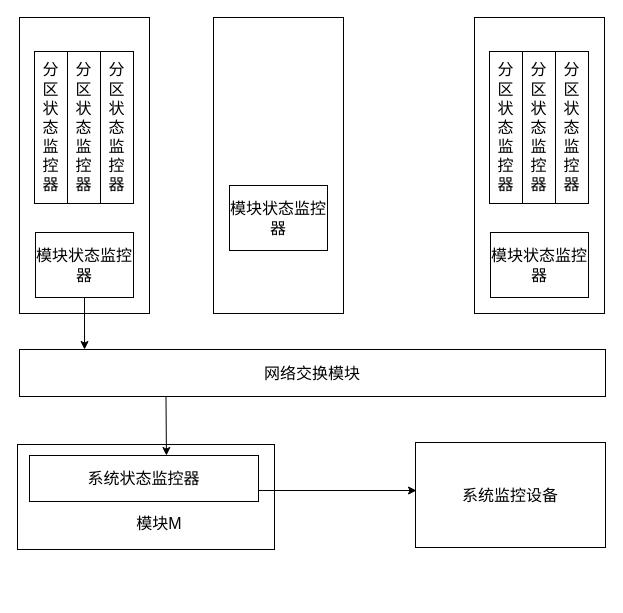
Before: 软考.drawio in xiaodongYao/DrawIO, a draw.io diagram. Source tidied: cells renumbered, new cells numbered last; positions are measured from the earlier drawing's top-left corner, leaving out a move shared by most shapes. Both pictures are drawn from the tidied source at 100%, with x=0, y=0 at pixel (17, 17).
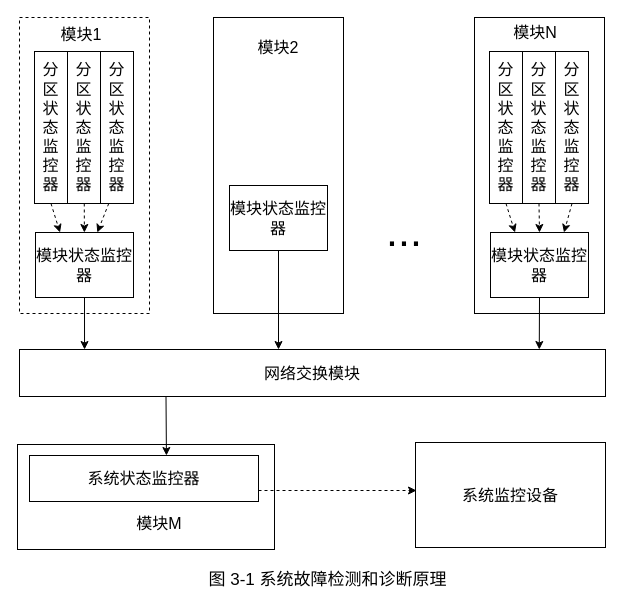
Above is the later version.

Unchanged cells that the change refers to:
```xml
<mxCell id="6" value="网络交换模块" style="rounded=0;whiteSpace=wrap;html=1;fontSize=16;" parent="1" vertex="1">
  <mxGeometry x="2" y="332" width="586" height="47" as="geometry" />
</mxCell>
<mxCell id="8" value="分区状态监控器" style="rounded=0;whiteSpace=wrap;html=1;fontSize=16;" parent="1" vertex="1">
  <mxGeometry x="17" y="34" width="33" height="152" as="geometry" />
</mxCell>
<mxCell id="9" value="分区状态监控器" style="rounded=0;whiteSpace=wrap;html=1;fontSize=16;" parent="1" vertex="1">
  <mxGeometry x="50" y="34" width="33" height="152" as="geometry" />
</mxCell>
<mxCell id="10" value="分区状态监控器" style="rounded=0;whiteSpace=wrap;html=1;fontSize=16;" parent="1" vertex="1">
  <mxGeometry x="83" y="34" width="33" height="152" as="geometry" />
</mxCell>
<mxCell id="12" value="模块状态监控器" style="rounded=0;whiteSpace=wrap;html=1;fontSize=16;" parent="1" vertex="1">
  <mxGeometry x="18" y="215" width="98" height="65" as="geometry" />
</mxCell>
<mxCell id="13" value="模块状态监控器" style="rounded=0;whiteSpace=wrap;html=1;fontSize=16;" parent="1" vertex="1">
  <mxGeometry x="212" y="168" width="98" height="65" as="geometry" />
</mxCell>
<mxCell id="15" value="分区状态监控器" style="rounded=0;whiteSpace=wrap;html=1;fontSize=16;" parent="1" vertex="1">
  <mxGeometry x="472" y="34" width="33" height="152" as="geometry" />
</mxCell>
<mxCell id="16" value="分区状态监控器" style="rounded=0;whiteSpace=wrap;html=1;fontSize=16;" parent="1" vertex="1">
  <mxGeometry x="505" y="34" width="33" height="152" as="geometry" />
</mxCell>
<mxCell id="17" value="分区状态监控器" style="rounded=0;whiteSpace=wrap;html=1;fontSize=16;" parent="1" vertex="1">
  <mxGeometry x="538" y="34" width="33" height="152" as="geometry" />
</mxCell>
<mxCell id="18" value="模块状态监控器" style="rounded=0;whiteSpace=wrap;html=1;fontSize=16;" parent="1" vertex="1">
  <mxGeometry x="473" y="215" width="98" height="65" as="geometry" />
</mxCell>
```

Diff of the diagram source:
```diff
@@
-    <mxCell id="2" style="rounded=0;whiteSpace=wrap;html=1;fontSize=16;" parent="1" vertex="1">
+    <mxCell id="2" style="rounded=0;whiteSpace=wrap;html=1;fontSize=16;dashed=1;" parent="1" vertex="1">
       <mxGeometry x="2" width="130" height="296" as="geometry" />
     </mxCell>
@@
+    <mxCell id="22" style="edgeStyle=none;rounded=0;jettySize=auto;html=1;dashed=1;" parent="1" edge="1" source="9" target="12">
+      <mxGeometry relative="1" as="geometry" />
+    </mxCell>
@@
+    <mxCell id="23" style="edgeStyle=none;rounded=0;jettySize=auto;html=1;exitX=0.25;exitY=1;exitDx=0;exitDy=0;dashed=1;" parent="1" edge="1" source="10" target="12">
+      <mxGeometry relative="1" as="geometry" />
+    </mxCell>
@@
+    <mxCell id="24" style="edgeStyle=none;rounded=0;jettySize=auto;html=1;exitX=0.5;exitY=1;exitDx=0;exitDy=0;entryX=0.442;entryY=0;entryDx=0;entryDy=0;entryPerimeter=0;" parent="1" edge="1" source="13" target="6">
+      <mxGeometry relative="1" as="geometry" />
+    </mxCell>
@@
+    <mxCell id="25" style="edgeStyle=none;rounded=0;jettySize=auto;html=1;exitX=0.5;exitY=1;exitDx=0;exitDy=0;entryX=0.25;entryY=0;entryDx=0;entryDy=0;dashed=1;" parent="1" edge="1" source="15" target="18">
+      <mxGeometry relative="1" as="geometry" />
+    </mxCell>
@@
+    <mxCell id="26" style="edgeStyle=none;rounded=0;jettySize=auto;html=1;exitX=0.5;exitY=1;exitDx=0;exitDy=0;entryX=0.5;entryY=0;entryDx=0;entryDy=0;dashed=1;" parent="1" edge="1" source="16" target="18">
+      <mxGeometry relative="1" as="geometry" />
+    </mxCell>
@@
+    <mxCell id="27" style="edgeStyle=none;rounded=0;jettySize=auto;html=1;exitX=0.5;exitY=1;exitDx=0;exitDy=0;entryX=0.75;entryY=0;entryDx=0;entryDy=0;dashed=1;" parent="1" edge="1" source="17" target="18">
+      <mxGeometry relative="1" as="geometry" />
+    </mxCell>
@@
+    <mxCell id="28" style="edgeStyle=none;rounded=0;jettySize=auto;html=1;exitX=0.5;exitY=1;exitDx=0;exitDy=0;entryX=0.887;entryY=0;entryDx=0;entryDy=0;entryPerimeter=0;" parent="1" edge="1" source="18" target="6">
+      <mxGeometry relative="1" as="geometry" />
+    </mxCell>
@@
-    <mxCell id="19" style="edgeStyle=none;rounded=0;orthogonalLoop=1;jettySize=auto;html=1;exitX=1;exitY=0.75;exitDx=0;exitDy=0;" parent="1" edge="1">
+    <mxCell id="19" style="edgeStyle=none;rounded=0;orthogonalLoop=1;jettySize=auto;html=1;exitX=1;exitY=0.75;exitDx=0;exitDy=0;dashed=1;" parent="1" edge="1">
       <mxGeometry relative="1" as="geometry">
         <mxPoint x="241" y="473" as="sourcePoint" />
         <mxPoint x="399" y="473" as="targetPoint" />
       </mxGeometry>
     </mxCell>
@@
+    <mxCell id="29" value="模块2" style="text;html=1;strokeColor=none;fillColor=none;align=center;verticalAlign=middle;whiteSpace=wrap;rounded=0;fontSize=16;" parent="1" vertex="1">
+      <mxGeometry x="231" y="15" width="60" height="30" as="geometry" />
+    </mxCell>
+    <mxCell id="30" value="模块1" style="text;html=1;strokeColor=none;fillColor=none;align=center;verticalAlign=middle;whiteSpace=wrap;rounded=0;fontSize=16;" parent="1" vertex="1">
+      <mxGeometry x="34" y="2" width="60" height="30" as="geometry" />
+    </mxCell>
+    <mxCell id="31" value="模块N" style="text;html=1;strokeColor=none;fillColor=none;align=center;verticalAlign=middle;whiteSpace=wrap;rounded=0;fontSize=16;" parent="1" vertex="1">
+      <mxGeometry x="488" width="60" height="30" as="geometry" />
+    </mxCell>
+    <mxCell id="32" value="..." style="text;html=1;strokeColor=none;fillColor=none;align=center;verticalAlign=middle;whiteSpace=wrap;rounded=0;fontSize=43;" parent="1" vertex="1">
+      <mxGeometry x="357" y="199" width="60" height="30" as="geometry" />
+    </mxCell>
+    <mxCell id="33" style="endArrow=classic;html=1;rounded=0;exitX=0.5;exitY=1;exitDx=0;exitDy=0;entryX=0.25;entryY=0;entryDx=0;entryDy=0;dashed=1;" parent="1" edge="1" source="8" target="12">
+      <mxGeometry relative="1" as="geometry" />
+    </mxCell>
+    <mxCell id="34" value="图 3-1 系统故障检测和诊断原理" style="text;html=1;strokeColor=none;fillColor=none;align=center;verticalAlign=middle;whiteSpace=wrap;rounded=0;fontSize=17;" parent="1" vertex="1">
+      <mxGeometry x="142" y="548" width="337" height="30" as="geometry" />
+    </mxCell>
```
